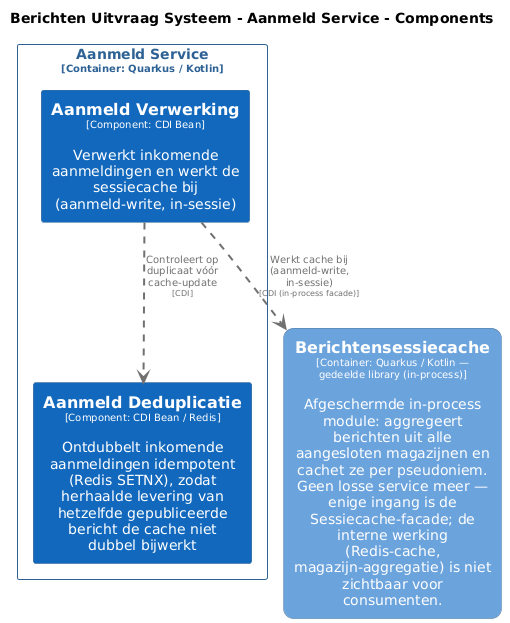
The PlantUML diagram pr-preview/pr-108/master/png/AanmeldServiceComponenten.png in MinBZK/moza-poc-fbs-berichtenbox, before a commit. Its diagram source:
```plantuml
@startuml
set separator none
title Berichten Uitvraag Systeem - Aanmeld Service - Components

top to bottom direction
skinparam ranksep 60
skinparam nodesep 30

skinparam {
  arrowFontSize 10
  defaultTextAlignment center
  wrapWidth 200
  maxMessageSize 100
}

hide stereotype

skinparam rectangle<<BerichtenUitvraagSysteem.AanmeldService.AanmeldDeduplicatie>> {
  BackgroundColor #1168bd
  FontColor #ffffff
  BorderColor #0b4884
  shadowing false
}
skinparam rectangle<<BerichtenUitvraagSysteem.AanmeldService.AanmeldVerwerking>> {
  BackgroundColor #1168bd
  FontColor #ffffff
  BorderColor #0b4884
  shadowing false
}
skinparam rectangle<<BerichtenUitvraagSysteem.Berichtensessiecache>> {
  BackgroundColor #6ba3dd
  FontColor #ffffff
  BorderColor #2e6295
  roundCorner 20
  shadowing false
}
skinparam rectangle<<BerichtenUitvraagSysteem.AanmeldService>> {
  BorderColor #2e6295
  FontColor #2e6295
  shadowing false
}

rectangle "==Berichtensessiecache\n<size:10>[Container: Quarkus / Kotlin — gedeelde library (in-process)]</size>\n\nAfgeschermde in-process module: aggregeert berichten uit alle aangesloten magazijnen en cachet ze per pseudoniem. Geen losse service meer — enige ingang is de Sessiecache-facade; de interne werking (Redis-cache, magazijn-aggregatie) is niet zichtbaar voor consumenten." <<BerichtenUitvraagSysteem.Berichtensessiecache>> as BerichtenUitvraagSysteem.Berichtensessiecache

rectangle "Aanmeld Service\n<size:10>[Container: Quarkus / Kotlin]</size>" <<BerichtenUitvraagSysteem.AanmeldService>> {
  rectangle "==Aanmeld Verwerking\n<size:10>[Component: CDI Bean]</size>\n\nVerwerkt inkomende aanmeldingen en werkt de sessiecache bij (aanmeld-write, in-sessie)" <<BerichtenUitvraagSysteem.AanmeldService.AanmeldVerwerking>> as BerichtenUitvraagSysteem.AanmeldService.AanmeldVerwerking
  rectangle "==Aanmeld Deduplicatie\n<size:10>[Component: CDI Bean / Redis]</size>\n\nOntdubbelt inkomende aanmeldingen idempotent (Redis SETNX), zodat herhaalde levering van hetzelfde gepubliceerde bericht de cache niet dubbel bijwerkt" <<BerichtenUitvraagSysteem.AanmeldService.AanmeldDeduplicatie>> as BerichtenUitvraagSysteem.AanmeldService.AanmeldDeduplicatie
}

BerichtenUitvraagSysteem.AanmeldService.AanmeldVerwerking .[#707070,thickness=2].> BerichtenUitvraagSysteem.AanmeldService.AanmeldDeduplicatie : "<color:#707070>Controleert op duplicaat vóór cache-update\n<color:#707070><size:8>[CDI]</size>"
BerichtenUitvraagSysteem.AanmeldService.AanmeldVerwerking .[#707070,thickness=2].> BerichtenUitvraagSysteem.Berichtensessiecache : "<color:#707070>Werkt cache bij (aanmeld-write, in-sessie)\n<color:#707070><size:8>[CDI (in-process facade)]</size>"
@enduml
```
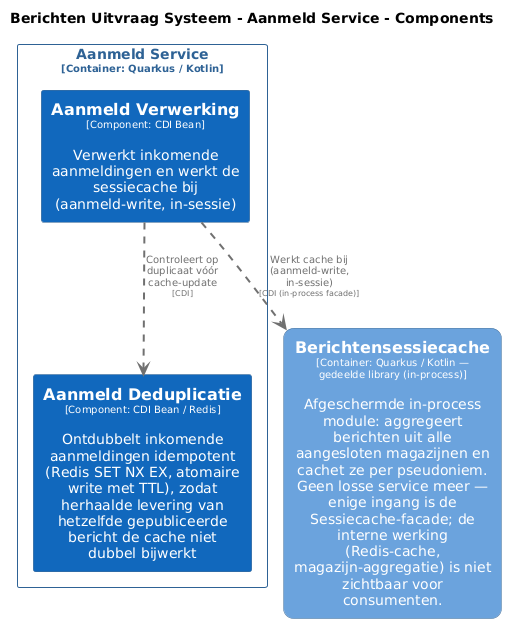
After the change.

What changed in the source:
```diff
@@ -44,7 +44,7 @@
 
 rectangle "Aanmeld Service\n<size:10>[Container: Quarkus / Kotlin]</size>" <<BerichtenUitvraagSysteem.AanmeldService>> {
   rectangle "==Aanmeld Verwerking\n<size:10>[Component: CDI Bean]</size>\n\nVerwerkt inkomende aanmeldingen en werkt de sessiecache bij (aanmeld-write, in-sessie)" <<BerichtenUitvraagSysteem.AanmeldService.AanmeldVerwerking>> as BerichtenUitvraagSysteem.AanmeldService.AanmeldVerwerking
-  rectangle "==Aanmeld Deduplicatie\n<size:10>[Component: CDI Bean / Redis]</size>\n\nOntdubbelt inkomende aanmeldingen idempotent (Redis SETNX), zodat herhaalde levering van hetzelfde gepubliceerde bericht de cache niet dubbel bijwerkt" <<BerichtenUitvraagSysteem.AanmeldService.AanmeldDeduplicatie>> as BerichtenUitvraagSysteem.AanmeldService.AanmeldDeduplicatie
+  rectangle "==Aanmeld Deduplicatie\n<size:10>[Component: CDI Bean / Redis]</size>\n\nOntdubbelt inkomende aanmeldingen idempotent (Redis SET NX EX, atomaire write met TTL), zodat herhaalde levering van hetzelfde gepubliceerde bericht de cache niet dubbel bijwerkt" <<BerichtenUitvraagSysteem.AanmeldService.AanmeldDeduplicatie>> as BerichtenUitvraagSysteem.AanmeldService.AanmeldDeduplicatie
 }
 
 BerichtenUitvraagSysteem.AanmeldService.AanmeldVerwerking .[#707070,thickness=2].> BerichtenUitvraagSysteem.AanmeldService.AanmeldDeduplicatie : "<color:#707070>Controleert op duplicaat vóór cache-update\n<color:#707070><size:8>[CDI]</size>"
```
